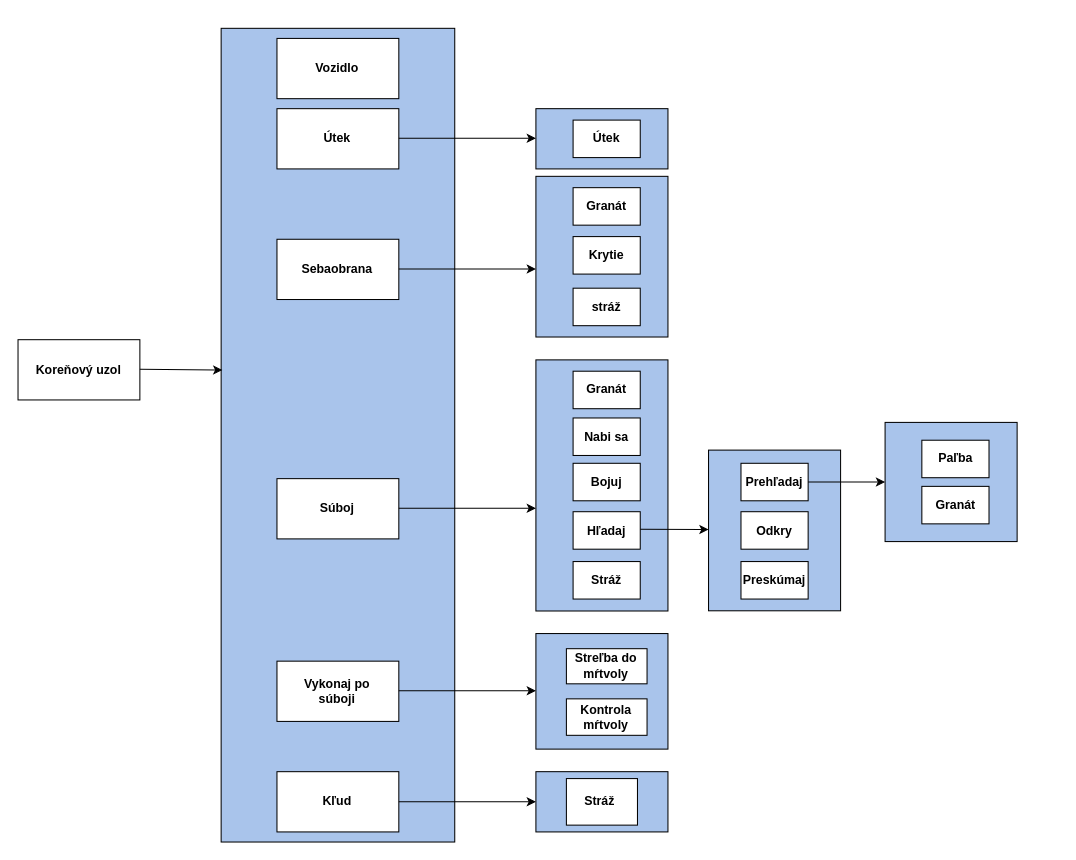
The draw.io diagram Halo Tree.drawio in MatejMistik/bachelors-fear-factor, before the edit. Source tidied: cells renumbered, new cells numbered last; positions are measured from the earlier drawing's top-left corner, leaving out a move shared by most shapes. Both pictures are drawn from the tidied source at 103%, with x=0, y=0 at pixel (18, 28).
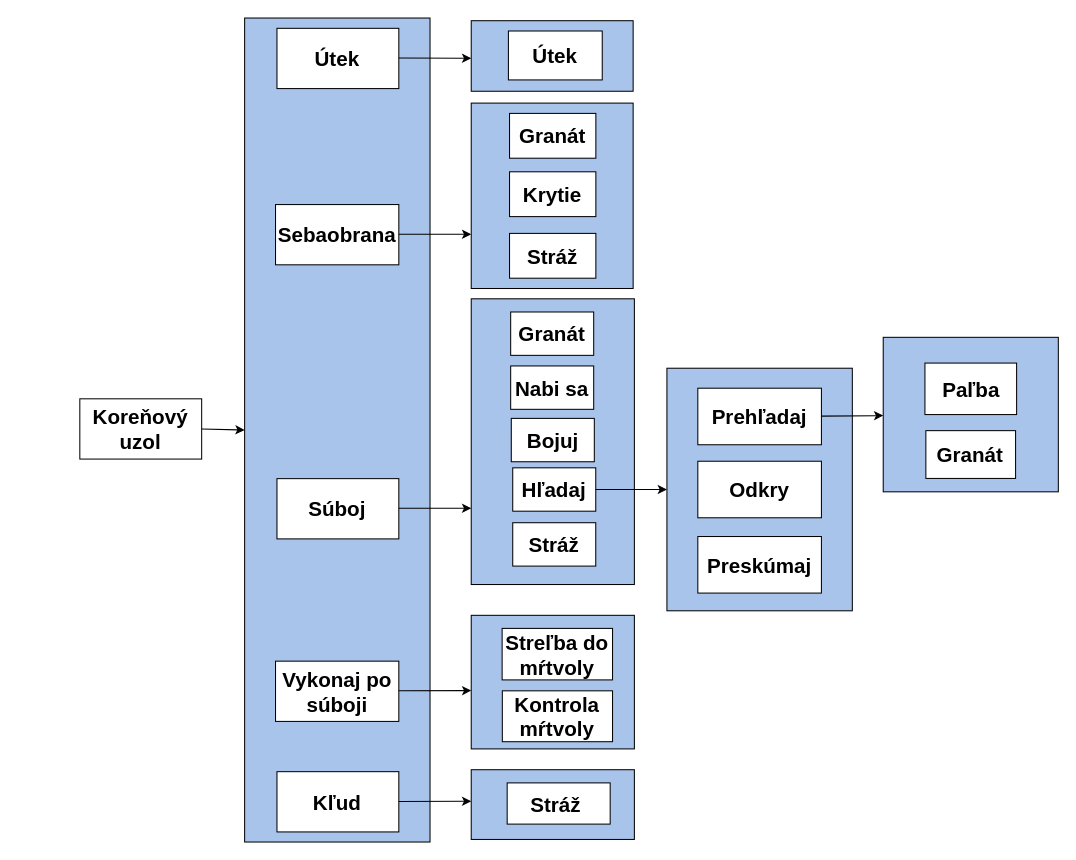
The same page after the edit.

Diff of the diagram source:
```diff
@@
-    <mxCell id="2" style="group;" parent="1" vertex="1">
-      <mxGeometry width="970" height="790" as="geometry" />
-    </mxCell>
-    <mxCell id="3" value="Koreňový uzol" style="rounded=0;whiteSpace=wrap;html=1;fontSize=12;fontStyle=1;" parent="2" vertex="1">
-      <mxGeometry y="302.3" width="118.3" height="58.5" as="geometry" />
+    <mxCell id="3" value="Koreňový uzol" style="rounded=0;whiteSpace=wrap;html=1;fontSize=20;fontStyle=1;" parent="1" vertex="1">
+      <mxGeometry x="60" y="359.7" width="118.3" height="58.5" as="geometry" />
     </mxCell>
-    <mxCell id="4" style="rounded=0;whiteSpace=wrap;html=1;fillColor=#A9C4EB;fontSize=12;fontStyle=1;" parent="2" vertex="1">
-      <mxGeometry x="197.2" width="226.8" height="790" as="geometry" />
+    <mxCell id="4" style="rounded=0;whiteSpace=wrap;html=1;fillColor=#A9C4EB;fontSize=20;fontStyle=1;" parent="1" vertex="1">
+      <mxGeometry x="220" y="-10" width="180" height="800" as="geometry" />
     </mxCell>
-    <mxCell id="5" value="Kľud" style="rounded=0;whiteSpace=wrap;html=1;fontSize=12;fontStyle=1;" parent="2" vertex="1">
+    <mxCell id="5" value="Kľud" style="rounded=0;whiteSpace=wrap;html=1;fontSize=20;fontStyle=1;" parent="1" vertex="1">
       <mxGeometry x="251.4" y="721.7" width="118.3" height="58.5" as="geometry" />
     </mxCell>
-    <mxCell id="6" value="Vykonaj po &lt;br style=&quot;font-size: 12px;&quot;&gt;súboji" style="rounded=0;whiteSpace=wrap;html=1;fontSize=12;fontStyle=1;" parent="2" vertex="1">
-      <mxGeometry x="251.4" y="614.4" width="118.3" height="58.5" as="geometry" />
+    <mxCell id="6" value="Vykonaj po &lt;br style=&quot;font-size: 20px;&quot;&gt;súboji" style="rounded=0;whiteSpace=wrap;html=1;fontSize=20;fontStyle=1;" parent="1" vertex="1">
+      <mxGeometry x="250" y="614.4" width="119.7" height="58.5" as="geometry" />
     </mxCell>
-    <mxCell id="7" value="Súboj" style="rounded=0;whiteSpace=wrap;html=1;fontSize=12;fontStyle=1;" parent="2" vertex="1">
+    <mxCell id="7" value="Súboj" style="rounded=0;whiteSpace=wrap;html=1;fontSize=20;fontStyle=1;" parent="1" vertex="1">
       <mxGeometry x="251.4" y="437.2" width="118.3" height="58.5" as="geometry" />
     </mxCell>
-    <mxCell id="8" value="Sebaobrana" style="rounded=0;whiteSpace=wrap;html=1;fontSize=12;fontStyle=1;" parent="2" vertex="1">
-      <mxGeometry x="251.4" y="204.8" width="118.3" height="58.5" as="geometry" />
+    <mxCell id="8" value="Sebaobrana" style="rounded=0;whiteSpace=wrap;html=1;fontSize=20;fontStyle=1;" parent="1" vertex="1">
+      <mxGeometry x="250" y="171.1" width="119.7" height="58.5" as="geometry" />
     </mxCell>
-    <mxCell id="9" value="Útek" style="rounded=0;whiteSpace=wrap;html=1;fontSize=12;fontStyle=1;" parent="2" vertex="1">
-      <mxGeometry x="251.4" y="78" width="118.3" height="58.5" as="geometry" />
+    <mxCell id="9" value="Útek" style="rounded=0;whiteSpace=wrap;html=1;fontSize=20;fontStyle=1;" parent="1" vertex="1">
+      <mxGeometry x="251.4" width="118.3" height="58.5" as="geometry" />
     </mxCell>
-    <mxCell id="10" value="Vozidlo" style="rounded=0;whiteSpace=wrap;html=1;fontSize=12;fontStyle=1;" parent="2" vertex="1">
-      <mxGeometry x="251.4" y="9.8" width="118.3" height="58.5" as="geometry" />
-    </mxCell>
-    <mxCell id="11" style="endArrow=classic;html=1;rounded=0;exitX=1;exitY=0.5;exitDx=0;exitDy=0;entryX=0;entryY=0.5;entryDx=0;entryDy=0;fontSize=12;fontStyle=1;" parent="2" edge="1" source="5" target="13">
-      <mxGeometry relative="1" as="geometry" />
-    </mxCell>
-    <mxCell id="12" style="endArrow=classic;html=1;rounded=0;exitX=1;exitY=0.5;exitDx=0;exitDy=0;fontSize=12;fontStyle=1;" parent="2" edge="1">
-      <mxGeometry relative="1" as="geometry">
-        <mxPoint x="369.7" y="643.2" as="sourcePoint" />
-        <mxPoint x="502.8" y="643.2" as="targetPoint" />
-      </mxGeometry>
-    </mxCell>
+    <mxCell id="36" style="rounded=0;whiteSpace=wrap;html=1;fillColor=#A9C4EB;fontSize=20;fontStyle=1;" parent="1" vertex="1">
+      <mxGeometry x="440" y="72.6" width="157.2" height="180" as="geometry" />
+    </mxCell>
+    <mxCell id="40" style="rounded=0;whiteSpace=wrap;html=1;fillColor=#A9C4EB;fontSize=20;fontStyle=1;" parent="1" vertex="1">
+      <mxGeometry x="440" y="-7.4" width="157.2" height="68.5" as="geometry" />
+    </mxCell>
+    <mxCell id="41" value="Útek" style="rounded=0;whiteSpace=wrap;html=1;fontSize=20;fontStyle=1;" parent="1" vertex="1">
+      <mxGeometry x="476.1" y="2.6" width="91.1" height="47.5" as="geometry" />
+    </mxCell>
+    <mxCell id="42" style="endArrow=classic;html=1;rounded=0;fontSize=20;fontStyle=1;exitX=1;exitY=0.5;exitDx=0;exitDy=0;entryX=0;entryY=0.5;entryDx=0;entryDy=0;" parent="1" edge="1" source="3" target="4">
+      <mxGeometry relative="1" as="geometry" />
+    </mxCell>
+    <mxCell id="43" style="group;fontSize=20;" parent="1" vertex="1">
+      <mxGeometry x="477.2" y="82.6" width="83.8" height="160" as="geometry" />
+    </mxCell>
+    <mxCell id="37" value="Stráž" style="rounded=0;whiteSpace=wrap;html=1;fontSize=20;fontStyle=1;" parent="43" vertex="1">
+      <mxGeometry y="116.5" width="83.8" height="43.5" as="geometry" />
+    </mxCell>
+    <mxCell id="38" value="Krytie" style="rounded=0;whiteSpace=wrap;html=1;fontSize=20;fontStyle=1;" parent="43" vertex="1">
+      <mxGeometry y="56.7" width="83.8" height="43.5" as="geometry" />
+    </mxCell>
+    <mxCell id="39" value="Granát" style="rounded=0;whiteSpace=wrap;html=1;fontSize=20;fontStyle=1;" parent="43" vertex="1">
+      <mxGeometry width="83.8" height="43.5" as="geometry" />
+    </mxCell>
-    <mxCell id="13" style="rounded=0;whiteSpace=wrap;html=1;fillColor=#A9C4EB;fontSize=12;fontStyle=1;" parent="2" vertex="1">
-      <mxGeometry x="502.8" y="721.7" width="128.2" height="58.5" as="geometry" />
+    <mxCell id="13" style="rounded=0;whiteSpace=wrap;html=1;fillColor=#A9C4EB;fontSize=20;fontStyle=1;" parent="1" vertex="1">
+      <mxGeometry x="440" y="719.8" width="158.4" height="67.7" as="geometry" />
     </mxCell>
-    <mxCell id="14" value="Stráž&amp;nbsp;" style="rounded=0;whiteSpace=wrap;html=1;fontSize=12;fontStyle=1;" parent="2" vertex="1">
-      <mxGeometry x="532.4" y="728.4" width="69" height="45.2" as="geometry" />
+    <mxCell id="14" value="Stráž&amp;nbsp;" style="rounded=0;whiteSpace=wrap;html=1;fontSize=20;fontStyle=1;" parent="1" vertex="1">
+      <mxGeometry x="474.9" y="732.6" width="100" height="40" as="geometry" />
     </mxCell>
-    <mxCell id="15" style="rounded=0;whiteSpace=wrap;html=1;fillColor=#A9C4EB;fontSize=12;fontStyle=1;" parent="2" vertex="1">
-      <mxGeometry x="502.8" y="587.6" width="128.2" height="112.2" as="geometry" />
+    <mxCell id="15" style="rounded=0;whiteSpace=wrap;html=1;fillColor=#A9C4EB;fontSize=20;fontStyle=1;" parent="1" vertex="1">
+      <mxGeometry x="440" y="569.9" width="158.4" height="129.7" as="geometry" />
     </mxCell>
-    <mxCell id="16" value="Kontrola mŕtvoly" style="rounded=0;whiteSpace=wrap;html=1;fontSize=12;fontStyle=1;" parent="2" vertex="1">
-      <mxGeometry x="532.4" y="651" width="78.3" height="35.4" as="geometry" />
+    <mxCell id="16" value="Kontrola mŕtvoly" style="rounded=0;whiteSpace=wrap;html=1;fontSize=20;fontStyle=1;" parent="1" vertex="1">
+      <mxGeometry x="470.2" y="643.2" width="107" height="49.4" as="geometry" />
     </mxCell>
-    <mxCell id="17" value="Streľba do mŕtvoly" style="rounded=0;whiteSpace=wrap;html=1;fontSize=12;fontStyle=1;" parent="2" vertex="1">
-      <mxGeometry x="532.4" y="602.3" width="78.3" height="34.1" as="geometry" />
+    <mxCell id="17" value="Streľba do mŕtvoly" style="rounded=0;whiteSpace=wrap;html=1;fontSize=20;fontStyle=1;" parent="1" vertex="1">
+      <mxGeometry x="470" y="582.6" width="107.2" height="50" as="geometry" />
     </mxCell>
-    <mxCell id="18" style="endArrow=classic;html=1;rounded=0;exitX=1;exitY=0.5;exitDx=0;exitDy=0;fontSize=12;fontStyle=1;" parent="2" edge="1">
-      <mxGeometry relative="1" as="geometry">
-        <mxPoint x="369.7" y="466" as="sourcePoint" />
-        <mxPoint x="502.8" y="466" as="targetPoint" />
-      </mxGeometry>
-    </mxCell>
-    <mxCell id="19" style="endArrow=classic;html=1;rounded=0;exitX=1;exitY=0.5;exitDx=0;exitDy=0;fontSize=12;fontStyle=1;" parent="2" edge="1">
-      <mxGeometry relative="1" as="geometry">
-        <mxPoint x="369.7" y="233.6" as="sourcePoint" />
-        <mxPoint x="502.8" y="233.6" as="targetPoint" />
-      </mxGeometry>
-    </mxCell>
-    <mxCell id="20" style="endArrow=classic;html=1;rounded=0;exitX=1;exitY=0.5;exitDx=0;exitDy=0;fontSize=12;fontStyle=1;" parent="2" edge="1">
-      <mxGeometry relative="1" as="geometry">
-        <mxPoint x="369.7" y="106.8" as="sourcePoint" />
-        <mxPoint x="502.8" y="106.8" as="targetPoint" />
-      </mxGeometry>
-    </mxCell>
-    <mxCell id="21" style="rounded=0;whiteSpace=wrap;html=1;fillColor=#A9C4EB;fontSize=12;fontStyle=1;" parent="2" vertex="1">
-      <mxGeometry x="502.8" y="321.9" width="128.2" height="243.8" as="geometry" />
+    <mxCell id="21" style="rounded=0;whiteSpace=wrap;html=1;fillColor=#A9C4EB;fontSize=20;fontStyle=1;" parent="1" vertex="1">
+      <mxGeometry x="440" y="262.6" width="158.4" height="277.4" as="geometry" />
     </mxCell>
-    <mxCell id="22" value="Stráž" style="rounded=0;whiteSpace=wrap;html=1;fontSize=12;fontStyle=1;" parent="2" vertex="1">
-      <mxGeometry x="538.9" y="517.7" width="65.2" height="36.4" as="geometry" />
+    <mxCell id="22" value="Stráž" style="rounded=0;whiteSpace=wrap;html=1;fontSize=20;fontStyle=1;" parent="1" vertex="1">
+      <mxGeometry x="480.3" y="480" width="80.6" height="42.1" as="geometry" />
     </mxCell>
-    <mxCell id="23" value="Hľadaj" style="rounded=0;whiteSpace=wrap;html=1;fontSize=12;fontStyle=1;" parent="2" vertex="1">
-      <mxGeometry x="538.9" y="469.3" width="65.2" height="36.4" as="geometry" />
+    <mxCell id="23" value="Hľadaj" style="rounded=0;whiteSpace=wrap;html=1;fontSize=20;fontStyle=1;" parent="1" vertex="1">
+      <mxGeometry x="480.3" y="426.7" width="80.6" height="42.1" as="geometry" />
     </mxCell>
-    <mxCell id="24" value="Bojuj" style="rounded=0;whiteSpace=wrap;html=1;fontSize=12;fontStyle=1;" parent="2" vertex="1">
-      <mxGeometry x="538.9" y="422.3" width="65.2" height="36.4" as="geometry" />
+    <mxCell id="24" value="Bojuj" style="rounded=0;whiteSpace=wrap;html=1;fontSize=20;fontStyle=1;" parent="1" vertex="1">
+      <mxGeometry x="478.9" y="378.7" width="80.6" height="42.1" as="geometry" />
     </mxCell>
-    <mxCell id="25" value="Nabi sa" style="rounded=0;whiteSpace=wrap;html=1;fontSize=12;fontStyle=1;" parent="2" vertex="1">
-      <mxGeometry x="538.9" y="378.3" width="65.2" height="36.4" as="geometry" />
+    <mxCell id="25" value="Nabi sa" style="rounded=0;whiteSpace=wrap;html=1;fontSize=20;fontStyle=1;" parent="1" vertex="1">
+      <mxGeometry x="478.3" y="327.8" width="80.6" height="42.1" as="geometry" />
     </mxCell>
-    <mxCell id="26" value="Granát" style="rounded=0;whiteSpace=wrap;html=1;fontSize=12;fontStyle=1;" parent="2" vertex="1">
-      <mxGeometry x="538.9" y="332.9" width="65.2" height="36.4" as="geometry" />
+    <mxCell id="26" value="Granát" style="rounded=0;whiteSpace=wrap;html=1;fontSize=20;fontStyle=1;" parent="1" vertex="1">
+      <mxGeometry x="478.3" y="275.4" width="80.6" height="42.1" as="geometry" />
     </mxCell>
-    <mxCell id="27" style="endArrow=classic;html=1;rounded=0;exitX=1;exitY=0.5;exitDx=0;exitDy=0;fontSize=12;fontStyle=1;" parent="2" edge="1">
-      <mxGeometry relative="1" as="geometry">
-        <mxPoint x="604.2" y="486.3" as="sourcePoint" />
-        <mxPoint x="670.4" y="486.7" as="targetPoint" />
-      </mxGeometry>
+    <mxCell id="27" style="endArrow=classic;html=1;rounded=0;exitX=1;exitY=0.5;exitDx=0;exitDy=0;fontSize=20;fontStyle=1;entryX=0;entryY=0.5;entryDx=0;entryDy=0;" parent="1" edge="1" source="23" target="28">
+      <mxGeometry relative="1" as="geometry" />
     </mxCell>
+    <mxCell id="44" style="group;fontSize=20;" parent="1" vertex="1">
+      <mxGeometry x="840" y="300" width="170" height="150" as="geometry" />
+    </mxCell>
+    <mxCell id="33" style="rounded=0;whiteSpace=wrap;html=1;fillColor=#A9C4EB;fontSize=20;fontStyle=1;" parent="44" vertex="1">
+      <mxGeometry width="170" height="150" as="geometry" />
+    </mxCell>
+    <mxCell id="34" value="Granát" style="rounded=0;whiteSpace=wrap;html=1;fontSize=20;fontStyle=1;" parent="44" vertex="1">
+      <mxGeometry x="41.4" y="90.6" width="87.1" height="46.4" as="geometry" />
+    </mxCell>
+    <mxCell id="35" value="Paľba" style="rounded=0;whiteSpace=wrap;html=1;fontSize=20;fontStyle=1;" parent="44" vertex="1">
+      <mxGeometry x="40.5" y="25" width="89" height="50" as="geometry" />
+    </mxCell>
+    <mxCell id="45" style="group;fontSize=20;" parent="1" vertex="1">
+      <mxGeometry x="630" y="330" width="180" height="235.5" as="geometry" />
+    </mxCell>
-    <mxCell id="28" style="rounded=0;whiteSpace=wrap;html=1;fillColor=#A9C4EB;fontSize=12;fontStyle=1;" parent="2" vertex="1">
-      <mxGeometry x="670.4" y="409.5" width="128.2" height="156" as="geometry" />
+    <mxCell id="28" style="rounded=0;whiteSpace=wrap;html=1;fillColor=#A9C4EB;fontSize=20;fontStyle=1;" parent="45" vertex="1">
+      <mxGeometry width="180" height="235.5" as="geometry" />
     </mxCell>
-    <mxCell id="29" value="Preskúmaj" style="rounded=0;whiteSpace=wrap;html=1;fontSize=12;fontStyle=1;" parent="2" vertex="1">
-      <mxGeometry x="701.9" y="517.7" width="65.2" height="36.4" as="geometry" />
+    <mxCell id="29" value="Preskúmaj" style="rounded=0;whiteSpace=wrap;html=1;fontSize=20;fontStyle=1;" parent="45" vertex="1">
+      <mxGeometry x="30" y="163.4" width="120" height="54.9" as="geometry" />
     </mxCell>
-    <mxCell id="30" value="Odkry" style="rounded=0;whiteSpace=wrap;html=1;fontSize=12;fontStyle=1;" parent="2" vertex="1">
-      <mxGeometry x="701.9" y="469.3" width="65.2" height="36.4" as="geometry" />
+    <mxCell id="30" value="Odkry" style="rounded=0;whiteSpace=wrap;html=1;fontSize=20;fontStyle=1;" parent="45" vertex="1">
+      <mxGeometry x="30" y="90.3" width="120" height="54.9" as="geometry" />
     </mxCell>
-    <mxCell id="31" value="Prehľadaj" style="rounded=0;whiteSpace=wrap;html=1;fontSize=12;fontStyle=1;" parent="2" vertex="1">
-      <mxGeometry x="701.9" y="422.3" width="65.2" height="36.4" as="geometry" />
+    <mxCell id="31" value="Prehľadaj" style="rounded=0;whiteSpace=wrap;html=1;fontSize=20;fontStyle=1;" parent="45" vertex="1">
+      <mxGeometry x="30" y="19.4" width="120" height="54.9" as="geometry" />
     </mxCell>
-    <mxCell id="32" style="endArrow=classic;html=1;rounded=0;exitX=1;exitY=0.5;exitDx=0;exitDy=0;entryX=0;entryY=0.5;entryDx=0;entryDy=0;fontSize=12;fontStyle=1;" parent="2" edge="1" source="31" target="33">
-      <mxGeometry relative="1" as="geometry" />
-    </mxCell>
-    <mxCell id="33" style="rounded=0;whiteSpace=wrap;html=1;fillColor=#A9C4EB;fontSize=12;fontStyle=1;" parent="2" vertex="1">
-      <mxGeometry x="841.8" y="382.6" width="128.2" height="115.7" as="geometry" />
-    </mxCell>
-    <mxCell id="34" value="Granát" style="rounded=0;whiteSpace=wrap;html=1;fontSize=12;fontStyle=1;" parent="2" vertex="1">
-      <mxGeometry x="877.5" y="444.7" width="65.2" height="36.4" as="geometry" />
-    </mxCell>
-    <mxCell id="35" value="Paľba" style="rounded=0;whiteSpace=wrap;html=1;fontSize=12;fontStyle=1;" parent="2" vertex="1">
-      <mxGeometry x="877.5" y="399.9" width="65.2" height="36.4" as="geometry" />
-    </mxCell>
-    <mxCell id="36" style="rounded=0;whiteSpace=wrap;html=1;fillColor=#A9C4EB;fontSize=12;fontStyle=1;" parent="2" vertex="1">
-      <mxGeometry x="502.8" y="143.7" width="128.2" height="156" as="geometry" />
-    </mxCell>
-    <mxCell id="37" value="stráž" style="rounded=0;whiteSpace=wrap;html=1;fontSize=12;fontStyle=1;" parent="2" vertex="1">
-      <mxGeometry x="538.9" y="252.3" width="65.2" height="36.4" as="geometry" />
-    </mxCell>
-    <mxCell id="38" value="Krytie" style="rounded=0;whiteSpace=wrap;html=1;fontSize=12;fontStyle=1;" parent="2" vertex="1">
-      <mxGeometry x="538.9" y="202.2" width="65.2" height="36.4" as="geometry" />
-    </mxCell>
-    <mxCell id="39" value="Granát" style="rounded=0;whiteSpace=wrap;html=1;fontSize=12;fontStyle=1;" parent="2" vertex="1">
-      <mxGeometry x="538.9" y="154.7" width="65.2" height="36.4" as="geometry" />
-    </mxCell>
-    <mxCell id="40" style="rounded=0;whiteSpace=wrap;html=1;fillColor=#A9C4EB;fontSize=12;fontStyle=1;" parent="2" vertex="1">
-      <mxGeometry x="502.8" y="78" width="128.2" height="58.5" as="geometry" />
-    </mxCell>
-    <mxCell id="41" value="Útek" style="rounded=0;whiteSpace=wrap;html=1;fontSize=12;fontStyle=1;" parent="2" vertex="1">
-      <mxGeometry x="538.9" y="89.1" width="65.2" height="36.4" as="geometry" />
-    </mxCell>
-    <mxCell id="42" style="endArrow=classic;html=1;rounded=0;exitX=1;exitY=0.5;exitDx=0;exitDy=0;entryX=0.005;entryY=0.42;entryDx=0;entryDy=0;entryPerimeter=0;fontSize=12;fontStyle=1;" parent="2" edge="1" target="4">
-      <mxGeometry relative="1" as="geometry">
-        <mxPoint x="118.3" y="331.1" as="sourcePoint" />
-      </mxGeometry>
-    </mxCell>
+    <mxCell id="46" style="endArrow=classic;html=1;rounded=0;exitX=1;exitY=0.5;exitDx=0;exitDy=0;fontSize=20;fontStyle=1;" parent="45" edge="1">
+      <mxGeometry relative="1" as="geometry">
+        <mxPoint x="150" y="46.5" as="sourcePoint" />
+        <mxPoint x="210" y="46" as="targetPoint" />
+      </mxGeometry>
+    </mxCell>
+    <mxCell id="12" style="endArrow=classic;html=1;rounded=0;exitX=1;exitY=0.5;exitDx=0;exitDy=0;fontSize=20;fontStyle=1;" parent="1" edge="1">
+      <mxGeometry relative="1" as="geometry">
+        <mxPoint x="369.7" y="643.2" as="sourcePoint" />
+        <mxPoint x="440" y="643" as="targetPoint" />
+      </mxGeometry>
+    </mxCell>
+    <mxCell id="18" style="endArrow=classic;html=1;rounded=0;exitX=1;exitY=0.5;exitDx=0;exitDy=0;fontSize=20;fontStyle=1;" parent="1" edge="1">
+      <mxGeometry relative="1" as="geometry">
+        <mxPoint x="369.7" y="466" as="sourcePoint" />
+        <mxPoint x="440" y="466" as="targetPoint" />
+      </mxGeometry>
+    </mxCell>
+    <mxCell id="19" style="endArrow=classic;html=1;rounded=0;exitX=1;exitY=0.5;exitDx=0;exitDy=0;fontSize=20;fontStyle=1;" parent="1" edge="1">
+      <mxGeometry relative="1" as="geometry">
+        <mxPoint x="369.7" y="199.9" as="sourcePoint" />
+        <mxPoint x="440" y="200" as="targetPoint" />
+      </mxGeometry>
+    </mxCell>
+    <mxCell id="20" style="endArrow=classic;html=1;rounded=0;exitX=1;exitY=0.5;exitDx=0;exitDy=0;fontSize=20;fontStyle=1;" parent="1" edge="1">
+      <mxGeometry relative="1" as="geometry">
+        <mxPoint x="369.7" y="28.8" as="sourcePoint" />
+        <mxPoint x="440" y="29" as="targetPoint" />
+      </mxGeometry>
+    </mxCell>
+    <mxCell id="47" style="endArrow=classic;html=1;rounded=0;exitX=1;exitY=0.5;exitDx=0;exitDy=0;fontSize=20;fontStyle=1;" parent="1" edge="1">
+      <mxGeometry relative="1" as="geometry">
+        <mxPoint x="369.7" y="750.6" as="sourcePoint" />
+        <mxPoint x="440" y="750.4" as="targetPoint" />
+      </mxGeometry>
+    </mxCell>
```
